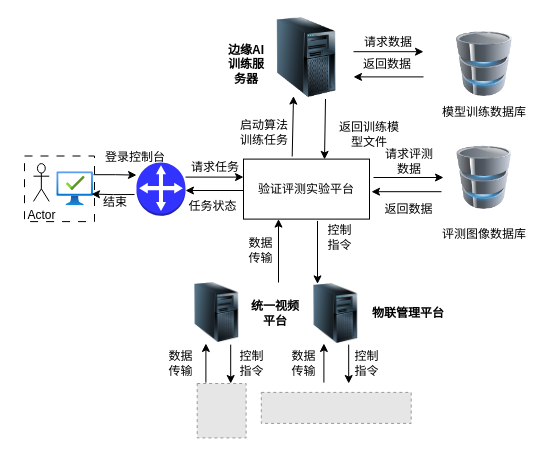
This is 验证评测测试平台.drawio from paleblackless/diagrams, a draw.io file, before an edit. Source tidied: cells renumbered, new cells numbered last; positions are measured from the earlier drawing's top-left corner, leaving out a move shared by most shapes. Both pictures are drawn from the tidied source at 100%, with x=0, y=0 at pixel (24, 17). Pictures stored in the file or linked from it are replaced by grey dashed boxes.
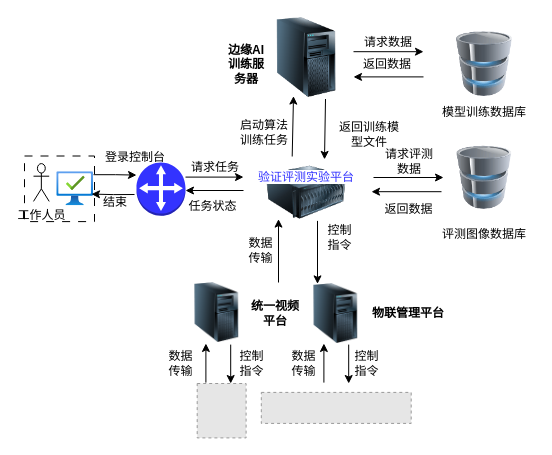
The same page after the edit.

Commit message (it also covers changes not shown here):
Update 验证评测测试平台.drawio

Diff of the diagram source:
```diff
@@
-    <mxCell id="4" value="验证评测实验平台" style="rounded=0;whiteSpace=wrap;html=1;" parent="1" vertex="1">
-      <mxGeometry x="219" y="141.6" width="126" height="60" as="geometry" />
-    </mxCell>
@@
-    <mxCell id="8" value="Actor" style="shape=umlActor;verticalLabelPosition=bottom;verticalAlign=top;html=1;" parent="1" vertex="1">
+    <mxCell id="8" value="工作人员" style="shape=umlActor;verticalLabelPosition=bottom;verticalAlign=top;html=1;" parent="1" vertex="1">
       <mxGeometry x="9" y="146.1" width="15.7" height="37.8" as="geometry" />
     </mxCell>
@@
+    <mxCell id="53" style="image;html=1;image=img/lib/clip_art/computers/Server_128x128.png;" parent="1" vertex="1">
+      <mxGeometry x="242" y="135.1" width="80" height="80" as="geometry" />
+    </mxCell>
+    <mxCell id="4" value="&lt;span style=&quot;background-color: rgb(255, 255, 255);&quot;&gt;验证评测实验平台&lt;/span&gt;" style="text;html=1;align=center;verticalAlign=middle;whiteSpace=wrap;rounded=0;fontColor=#3333FF;" parent="1" vertex="1">
+      <mxGeometry x="229" y="144.9" width="106" height="30" as="geometry" />
+    </mxCell>
```
